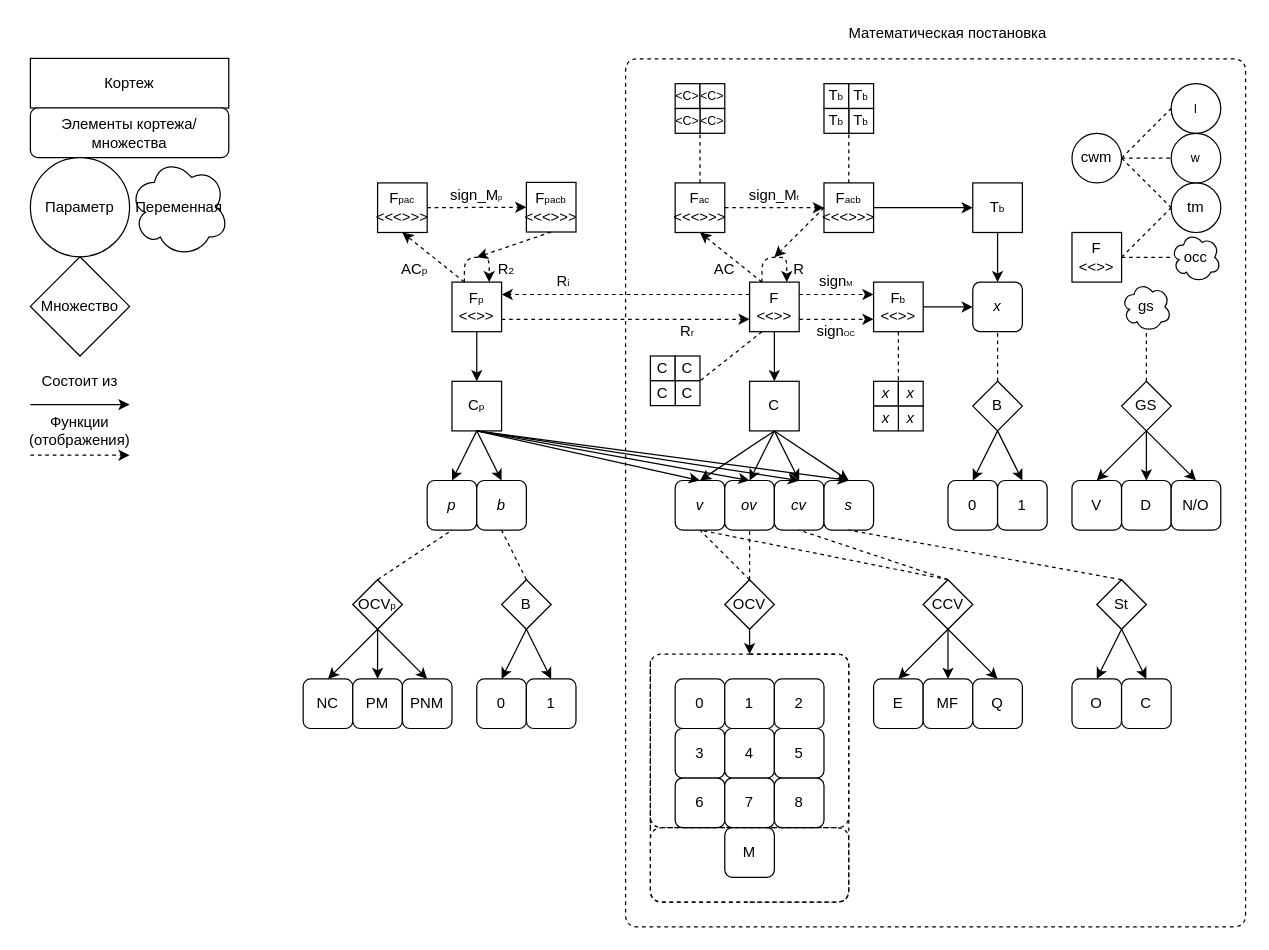
Before: page "Математическая схема" (5 of 17) of docs/Описание работы.drawio in xex238/Diploma_2022, a draw.io diagram. Source tidied: cells renumbered, new cells numbered last; positions are measured from the earlier drawing's top-left corner, leaving out a move shared by most shapes. Both pictures are drawn from the tidied source at 124%, with x=0, y=0 at pixel (30, 21).
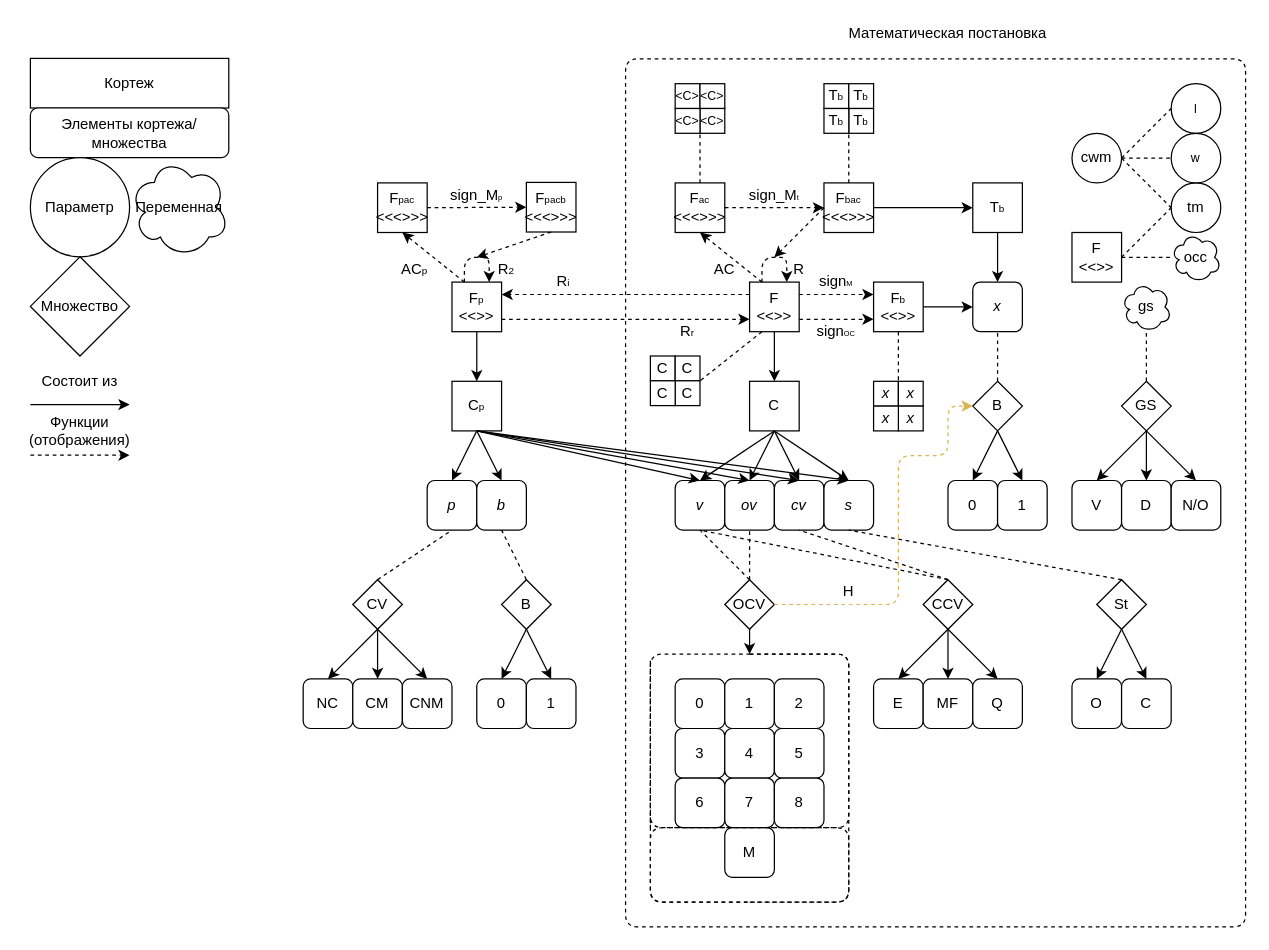
Above is the later version.

Commit message (it also covers changes not shown here):
Обновлён отчёт по НИР и описание работы

Unchanged cells that the change refers to:
```xml
<mxCell id="76" value="OCV" style="rhombus;whiteSpace=wrap;html=1;" parent="1" vertex="1">
  <mxGeometry x="560" y="450" width="40" height="40" as="geometry" />
</mxCell>
<mxCell id="114" value="B" style="rhombus;whiteSpace=wrap;html=1;" parent="1" vertex="1">
  <mxGeometry x="760" y="290" width="40" height="40" as="geometry" />
</mxCell>
```

Change to the diagram source:
```diff
@@
-    <mxCell id="44" value="F&lt;font&gt;&lt;font style=&quot;font-size: 8px&quot;&gt;acb&lt;/font&gt;&lt;br&gt;&amp;lt;&amp;lt;&amp;lt;&amp;gt;&amp;gt;&amp;gt;&lt;br&gt;&lt;/font&gt;" style="rounded=0;whiteSpace=wrap;html=1;" parent="1" vertex="1">
+    <mxCell id="44" value="F&lt;font&gt;&lt;font style=&quot;font-size: 8px&quot;&gt;bac&lt;/font&gt;&lt;br&gt;&amp;lt;&amp;lt;&amp;lt;&amp;gt;&amp;gt;&amp;gt;&lt;br&gt;&lt;/font&gt;" style="rounded=0;whiteSpace=wrap;html=1;" parent="1" vertex="1">
       <mxGeometry x="640" y="130" width="40" height="40" as="geometry" />
     </mxCell>
@@
-    <mxCell id="64" value="PM" style="rounded=1;whiteSpace=wrap;html=1;" parent="1" vertex="1">
+    <mxCell id="64" value="CM" style="rounded=1;whiteSpace=wrap;html=1;" parent="1" vertex="1">
       <mxGeometry x="260" y="530" width="40" height="40" as="geometry" />
     </mxCell>
-    <mxCell id="65" value="PNM" style="rounded=1;whiteSpace=wrap;html=1;" parent="1" vertex="1">
+    <mxCell id="65" value="CNM" style="rounded=1;whiteSpace=wrap;html=1;" parent="1" vertex="1">
       <mxGeometry x="300" y="530" width="40" height="40" as="geometry" />
     </mxCell>
@@
-    <mxCell id="74" value="&lt;span&gt;OCV&lt;/span&gt;&lt;font style=&quot;font-size: 8px&quot;&gt;p&lt;/font&gt;" style="rhombus;whiteSpace=wrap;html=1;" parent="1" vertex="1">
+    <mxCell id="74" value="CV" style="rhombus;whiteSpace=wrap;html=1;" parent="1" vertex="1">
       <mxGeometry x="260" y="450" width="40" height="40" as="geometry" />
     </mxCell>
@@
+    <mxCell id="159" style="endArrow=classic;html=1;dashed=1;entryX=0;entryY=0.5;entryDx=0;entryDy=0;exitX=1;exitY=0.5;exitDx=0;exitDy=0;fillColor=#fff2cc;strokeColor=#d6b656;" parent="1" edge="1" source="76" target="114">
+      <mxGeometry relative="1" as="geometry">
+        <Array as="points">
+          <mxPoint x="700" y="470" />
+          <mxPoint x="700" y="350" />
+          <mxPoint x="740" y="350" />
+          <mxPoint x="740" y="310" />
+        </Array>
+      </mxGeometry>
+    </mxCell>
+    <mxCell id="160" value="H" style="text;html=1;strokeColor=none;fillColor=none;align=center;verticalAlign=middle;whiteSpace=wrap;rounded=0;" parent="1" vertex="1">
+      <mxGeometry x="640" y="450" width="40" height="20" as="geometry" />
+    </mxCell>
```
